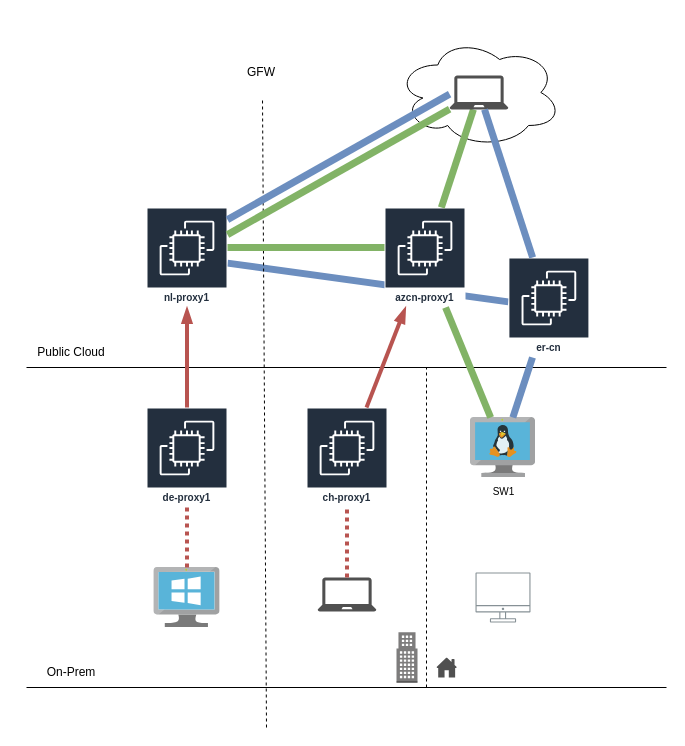
Above: assets/images/vpn-network.drawio in meatlover/meatlover.github.io (draw.io), before the change. Source tidied: cells renumbered, new cells numbered last; positions are measured from the earlier drawing's top-left corner, leaving out a move shared by most shapes. Both pictures are drawn from the tidied source at 100%, with x=0, y=0 at pixel (26, 37). Pictures stored in the file or linked from it are replaced by grey dashed boxes.
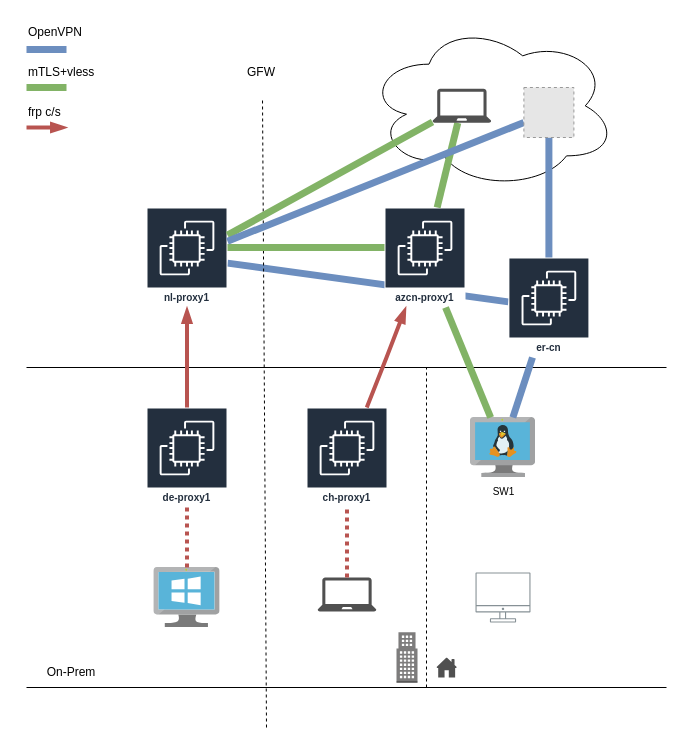
After the change.

The change refers to these unchanged cells:
```xml
<mxCell id="3" value="azcn-proxy1" style="sketch=0;outlineConnect=0;fontColor=#232F3E;gradientColor=none;strokeColor=#ffffff;fillColor=#232F3E;dashed=0;verticalLabelPosition=middle;verticalAlign=bottom;align=center;html=1;whiteSpace=wrap;fontSize=10;fontStyle=1;spacing=3;shape=mxgraph.aws4.productIcon;prIcon=mxgraph.aws4.ec2;" parent="1" vertex="1">
  <mxGeometry x="358" y="170" width="81" height="100" as="geometry" />
</mxCell>
<mxCell id="7" value="nl-proxy1" style="sketch=0;outlineConnect=0;fontColor=#232F3E;gradientColor=none;strokeColor=#ffffff;fillColor=#232F3E;dashed=0;verticalLabelPosition=middle;verticalAlign=bottom;align=center;html=1;whiteSpace=wrap;fontSize=10;fontStyle=1;spacing=3;shape=mxgraph.aws4.productIcon;prIcon=mxgraph.aws4.ec2;" parent="1" vertex="1">
  <mxGeometry x="120" y="170" width="81" height="100" as="geometry" />
</mxCell>
<mxCell id="12" value="er-cn" style="sketch=0;outlineConnect=0;fontColor=#232F3E;gradientColor=none;strokeColor=#ffffff;fillColor=#232F3E;dashed=0;verticalLabelPosition=middle;verticalAlign=bottom;align=center;html=1;whiteSpace=wrap;fontSize=10;fontStyle=1;spacing=3;shape=mxgraph.aws4.productIcon;prIcon=mxgraph.aws4.ec2;" parent="1" vertex="1">
  <mxGeometry x="481.9" y="220" width="81" height="100" as="geometry" />
</mxCell>
<mxCell id="13" value="ch-proxy1" style="sketch=0;outlineConnect=0;fontColor=#232F3E;gradientColor=none;strokeColor=#ffffff;fillColor=#232F3E;dashed=0;verticalLabelPosition=middle;verticalAlign=bottom;align=center;html=1;whiteSpace=wrap;fontSize=10;fontStyle=1;spacing=3;shape=mxgraph.aws4.productIcon;prIcon=mxgraph.aws4.ec2;" parent="1" vertex="1">
  <mxGeometry x="280" y="370" width="81" height="100" as="geometry" />
</mxCell>
```

What changed in the source:
```diff
@@
-    <mxCell id="10" value="Public Cloud" style="text;html=1;align=center;verticalAlign=middle;whiteSpace=wrap;rounded=0;" parent="1" vertex="1">
-      <mxGeometry y="300" width="90" height="30" as="geometry" />
+    <mxCell id="10" value="OpenVPN" style="text;html=1;align=left;verticalAlign=middle;whiteSpace=wrap;rounded=0;" parent="1" vertex="1">
+      <mxGeometry y="-20" width="110" height="30" as="geometry" />
     </mxCell>
@@
     <mxCell id="23" style="ellipse;shape=cloud;whiteSpace=wrap;html=1;" parent="1" vertex="1">
-      <mxGeometry x="370" width="165" height="110" as="geometry" />
+      <mxGeometry x="340" y="-15" width="250" height="166.7" as="geometry" />
     </mxCell>
     <mxCell id="24" style="endArrow=blockThin;html=1;rounded=0;strokeWidth=4;fillColor=#f8cecc;strokeColor=#b85450;endFill=1;" parent="1" edge="1" source="13" target="3">
-      <mxGeometry relative="1" as="geometry" />
+      <mxGeometry relative="1" as="geometry">
+        <Array as="points">
+          <mxPoint x="360" y="320" />
+        </Array>
+      </mxGeometry>
     </mxCell>
@@
     <mxCell id="29" style="sketch=0;shadow=0;dashed=0;html=1;strokeColor=none;fillColor=#505050;labelPosition=center;verticalLabelPosition=bottom;verticalAlign=top;outlineConnect=0;align=center;shape=mxgraph.office.devices.laptop;" parent="1" vertex="1">
-      <mxGeometry x="423.1" y="38" width="58.8" height="34" as="geometry" />
+      <mxGeometry x="406" y="51.3" width="58.8" height="34" as="geometry" />
     </mxCell>
@@
-    <mxCell id="31" style="endArrow=none;html=1;rounded=0;fillColor=#dae8fc;strokeColor=#6c8ebf;strokeWidth=7;" parent="1" edge="1" source="12" target="29">
+    <mxCell id="31" style="endArrow=none;html=1;rounded=0;fillColor=#dae8fc;strokeColor=#6c8ebf;strokeWidth=7;" parent="1" edge="1" source="12" target="39">
       <mxGeometry relative="1" as="geometry" />
     </mxCell>
-    <mxCell id="32" style="endArrow=none;html=1;rounded=0;fillColor=#dae8fc;strokeColor=#6c8ebf;strokeWidth=7;" parent="1" edge="1">
-      <mxGeometry relative="1" as="geometry">
-        <mxPoint x="201" y="182.1" as="sourcePoint" />
-        <mxPoint x="423.1" y="56.6" as="targetPoint" />
-      </mxGeometry>
+    <mxCell id="32" style="endArrow=none;html=1;rounded=0;fillColor=#dae8fc;strokeColor=#6c8ebf;strokeWidth=7;" parent="1" edge="1" source="7" target="39">
+      <mxGeometry relative="1" as="geometry" />
     </mxCell>
@@
+    <mxCell id="34" style="endArrow=none;html=1;rounded=0;fillColor=#dae8fc;strokeColor=#6c8ebf;strokeWidth=7;" parent="1" edge="1">
+      <mxGeometry relative="1" as="geometry">
+        <mxPoint x="40" y="12" as="sourcePoint" />
+        <mxPoint y="12" as="targetPoint" />
+      </mxGeometry>
+    </mxCell>
+    <mxCell id="35" style="endArrow=none;html=1;rounded=0;fillColor=#d5e8d4;strokeColor=#82b366;strokeWidth=7;" parent="1" edge="1">
+      <mxGeometry relative="1" as="geometry">
+        <mxPoint x="40" y="50" as="sourcePoint" />
+        <mxPoint y="50" as="targetPoint" />
+      </mxGeometry>
+    </mxCell>
+    <mxCell id="36" style="endArrow=blockThin;html=1;rounded=0;strokeWidth=4;fillColor=#f8cecc;strokeColor=#b85450;endFill=1;" parent="1" edge="1">
+      <mxGeometry relative="1" as="geometry">
+        <mxPoint y="90" as="sourcePoint" />
+        <mxPoint x="40" y="90" as="targetPoint" />
+        <Array as="points">
+          <mxPoint x="20" y="90" />
+        </Array>
+      </mxGeometry>
+    </mxCell>
+    <mxCell id="37" value="mTLS+vless" style="text;html=1;align=left;verticalAlign=middle;whiteSpace=wrap;rounded=0;" parent="1" vertex="1">
+      <mxGeometry y="20" width="110" height="30" as="geometry" />
+    </mxCell>
+    <mxCell id="38" value="frp c/s" style="text;html=1;align=left;verticalAlign=middle;whiteSpace=wrap;rounded=0;" parent="1" vertex="1">
+      <mxGeometry y="60" width="110" height="30" as="geometry" />
+    </mxCell>
+    <mxCell id="39" style="fillColor=#E6E6E6;strokeColor=#999999;dashed=1;html=1;verticalAlign=top;verticalLabelPosition=bottom;labelBackgroundColor=#ffffff;" parent="1" vertex="1">
+      <mxGeometry x="497.4" y="50" width="50" height="50" as="geometry" />
+    </mxCell>
```
